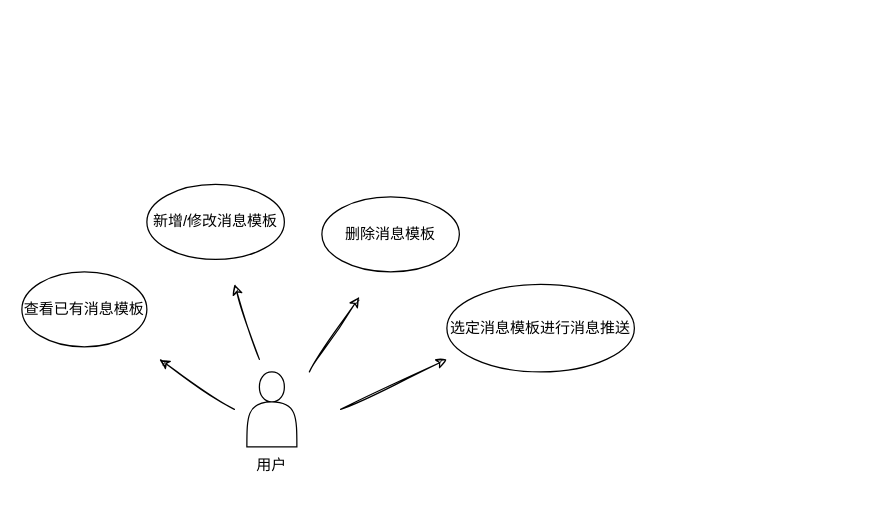
KeatonLi/pictures keeps this draw.io diagram as 毕业设计/消息模板模块功能用例图.drawio. Above is the earlier version. Source tidied: cells renumbered, new cells numbered last; positions are measured from the earlier drawing's top-left corner, leaving out a move shared by most shapes. Both pictures are drawn from the tidied source at 125%, with x=0, y=0 at pixel (21, 184).
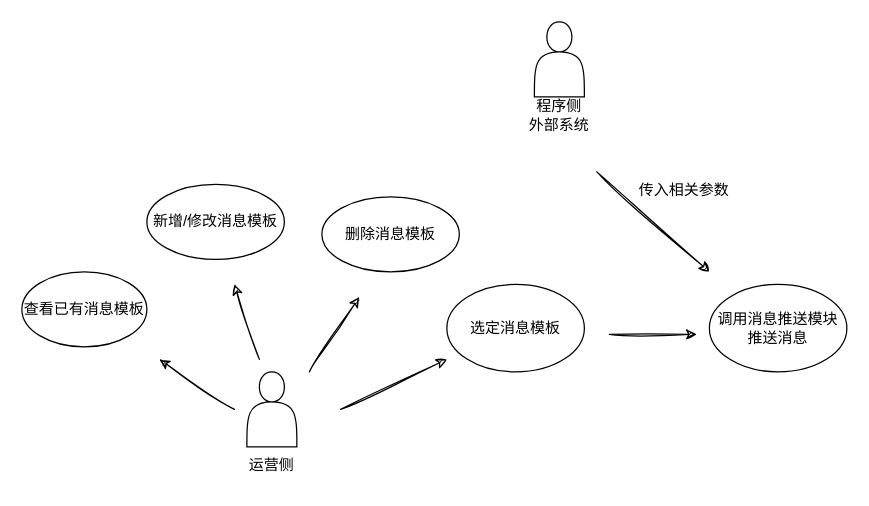
The same diagram, later.

Commit message (it also covers changes not shown here):
更新消息模板模块功能用例图.drawio

What changed in the source:
```diff
@@
-    <mxCell id="4" value="用户" style="text;html=1;strokeColor=none;fillColor=none;align=center;verticalAlign=middle;whiteSpace=wrap;rounded=0;" parent="1" vertex="1">
+    <mxCell id="4" value="运营侧" style="text;html=1;strokeColor=none;fillColor=none;align=center;verticalAlign=middle;whiteSpace=wrap;rounded=0;" parent="1" vertex="1">
       <mxGeometry x="170" y="210" width="60" height="30" as="geometry" />
     </mxCell>
@@
-    <mxCell id="11" value="选定消息模板进行消息推送" style="ellipse;whiteSpace=wrap;html=1;" parent="1" vertex="1">
-      <mxGeometry x="340" y="80" width="150" height="70" as="geometry" />
+    <mxCell id="11" value="选定消息模板" style="ellipse;whiteSpace=wrap;html=1;" parent="1" vertex="1">
+      <mxGeometry x="340" y="80" width="110" height="70" as="geometry" />
     </mxCell>
+    <mxCell id="12" style="endArrow=classic;html=1;rounded=0;shadow=0;sketch=1;curveFitting=1;jiggle=2;" parent="1" edge="1">
+      <mxGeometry relative="1" as="geometry">
+        <mxPoint x="470" y="120" as="sourcePoint" />
+        <mxPoint x="540" y="120" as="targetPoint" />
+      </mxGeometry>
+    </mxCell>
+    <mxCell id="13" value="调用消息推送模块&lt;br&gt;推送消息" style="ellipse;whiteSpace=wrap;html=1;" parent="1" vertex="1">
+      <mxGeometry x="550" y="80" width="110" height="70" as="geometry" />
+    </mxCell>
+    <mxCell id="14" style="shape=actor;whiteSpace=wrap;html=1;" parent="1" vertex="1">
+      <mxGeometry x="410" y="-130" width="40" height="60" as="geometry" />
+    </mxCell>
+    <mxCell id="15" value="程序侧&lt;br&gt;外部系统" style="text;html=1;strokeColor=none;fillColor=none;align=center;verticalAlign=middle;whiteSpace=wrap;rounded=0;" parent="1" vertex="1">
+      <mxGeometry x="400" y="-70" width="60" height="30" as="geometry" />
+    </mxCell>
+    <mxCell id="16" style="endArrow=classic;html=1;rounded=0;shadow=0;sketch=1;curveFitting=1;jiggle=2;" parent="1" edge="1">
+      <mxGeometry relative="1" as="geometry">
+        <mxPoint x="460" y="-10" as="sourcePoint" />
+        <mxPoint x="550" y="70" as="targetPoint" />
+      </mxGeometry>
+    </mxCell>
+    <mxCell id="17" value="传入相关参数" style="text;html=1;strokeColor=none;fillColor=none;align=center;verticalAlign=middle;whiteSpace=wrap;rounded=0;" parent="1" vertex="1">
+      <mxGeometry x="490" y="-10" width="80" height="30" as="geometry" />
+    </mxCell>
```
